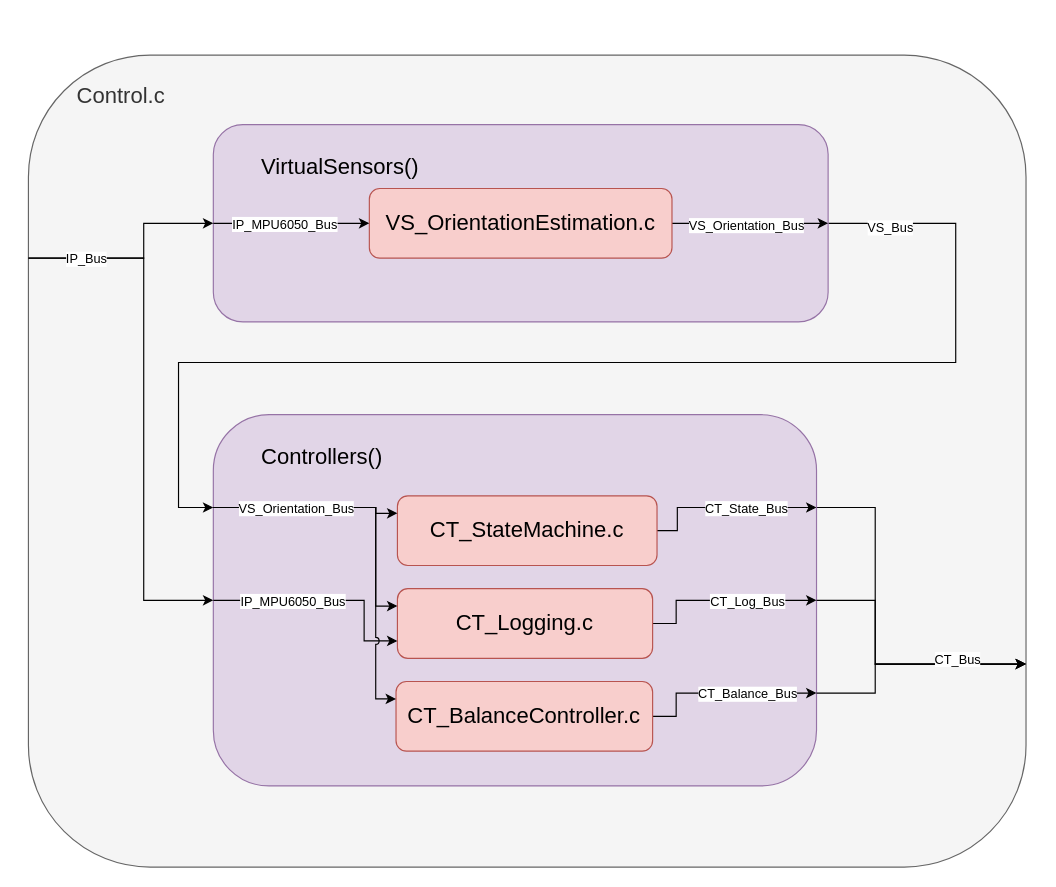
austynloehr/stm32_reaction_wheel keeps this draw.io diagram as page "Control" (4 of 4) of Resources/BlockDiagrams/STM32_Reaction_Wheel_Architecture.drawio. Above is the earlier version. Source tidied: cells renumbered, new cells numbered last; positions are measured from the earlier drawing's top-left corner, leaving out a move shared by most shapes. Both pictures are drawn from the tidied source at 116%, with x=0, y=0 at pixel (28, 55).
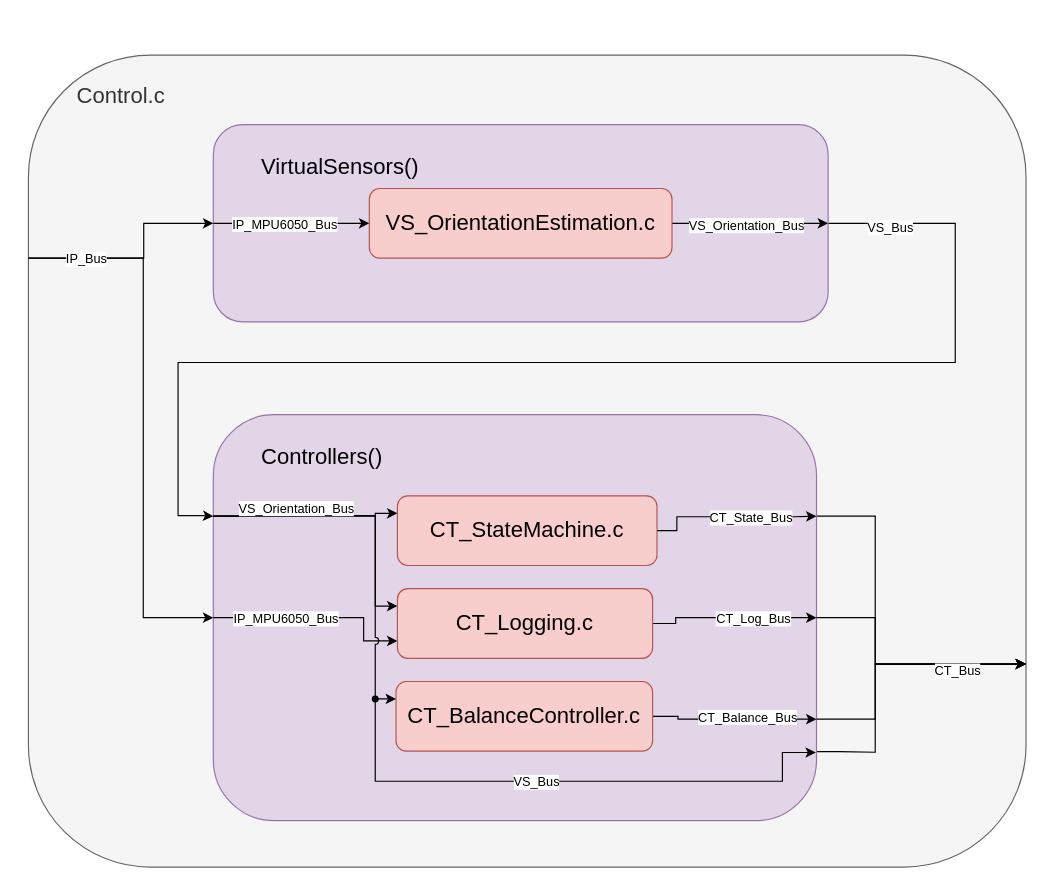
The same page after the edit.

Unchanged cells that the change refers to:
```xml
<mxCell id="2" value="&lt;blockquote style=&quot;font-size: 18px;&quot;&gt;&lt;font style=&quot;font-size: 19px;&quot;&gt;Control.c&lt;/font&gt;&lt;/blockquote&gt;" style="rounded=1;whiteSpace=wrap;html=1;fillColor=#f5f5f5;strokeColor=#666666;align=left;labelPosition=center;verticalLabelPosition=middle;verticalAlign=top;fontColor=#333333;" parent="1" vertex="1">
  <mxGeometry width="860" height="700" as="geometry" />
</mxCell>
<mxCell id="7" value="CT_Logging.c" style="rounded=1;whiteSpace=wrap;html=1;fillColor=#f8cecc;strokeColor=#b85450;fontSize=19;" parent="1" vertex="1">
  <mxGeometry x="318.1" y="460" width="220" height="60" as="geometry" />
</mxCell>
<mxCell id="10" value="CT_StateMachine.c" style="rounded=1;whiteSpace=wrap;html=1;fillColor=#f8cecc;strokeColor=#b85450;fontSize=19;" parent="1" vertex="1">
  <mxGeometry x="318.1" y="380" width="223.8" height="60" as="geometry" />
</mxCell>
<mxCell id="13" value="CT_BalanceController.c" style="rounded=1;whiteSpace=wrap;html=1;fillColor=#f8cecc;strokeColor=#b85450;fontSize=19;" parent="1" vertex="1">
  <mxGeometry x="316.9" y="540" width="221.2" height="60" as="geometry" />
</mxCell>
<mxCell id="16" value="&lt;blockquote&gt;VirtualSensors()&lt;/blockquote&gt;" style="rounded=1;whiteSpace=wrap;html=1;fillColor=#e1d5e7;strokeColor=#9673a6;fontSize=19;align=left;verticalAlign=top;" parent="1" vertex="1">
  <mxGeometry x="159.4" y="60" width="530" height="170" as="geometry" />
</mxCell>
```

Diff of the diagram source:
```diff
@@
     <mxCell id="3" style="edgeStyle=orthogonalEdgeStyle;rounded=0;jettySize=auto;html=1;exitX=1;exitY=0.25;exitDx=0;exitDy=0;entryX=1;entryY=0.75;entryDx=0;entryDy=0;" parent="1" edge="1" source="4" target="2">
       <mxGeometry relative="1" as="geometry">
         <Array as="points">
-          <mxPoint x="730" y="390" />
+          <mxPoint x="730" y="398" />
           <mxPoint x="730" y="525" />
         </Array>
       </mxGeometry>
     </mxCell>
+    <mxCell id="34" style="edgeStyle=orthogonalEdgeStyle;rounded=0;jettySize=auto;html=1;exitX=1;exitY=0.83;exitDx=0;exitDy=0;entryX=1;entryY=0.75;entryDx=0;entryDy=0;exitPerimeter=0;" parent="1" edge="1" source="4" target="2">
+      <mxGeometry relative="1" as="geometry">
+        <Array as="points">
+          <mxPoint x="699" y="601" />
+          <mxPoint x="730" y="601" />
+          <mxPoint x="730" y="525" />
+        </Array>
+      </mxGeometry>
+    </mxCell>
     <mxCell id="4" value="&lt;blockquote&gt;Controllers()&lt;/blockquote&gt;" style="rounded=1;whiteSpace=wrap;html=1;fillColor=#e1d5e7;strokeColor=#9673a6;fontSize=19;align=left;verticalAlign=top;" parent="1" vertex="1">
-      <mxGeometry x="159.4" y="310" width="520" height="320" as="geometry" />
+      <mxGeometry x="159.4" y="310" width="520" height="350" as="geometry" />
     </mxCell>
     <mxCell id="5" style="edgeStyle=orthogonalEdgeStyle;rounded=0;jettySize=auto;html=1;exitX=1;exitY=0.5;exitDx=0;exitDy=0;entryX=1;entryY=0.5;entryDx=0;entryDy=0;" parent="1" edge="1" source="7" target="4">
       <mxGeometry relative="1" as="geometry">
         <Array as="points">
-          <mxPoint x="558.4" y="490" />
-          <mxPoint x="558.4" y="470" />
+          <mxPoint x="558" y="490" />
+          <mxPoint x="558" y="485" />
         </Array>
       </mxGeometry>
     </mxCell>
@@
     <mxCell id="8" style="edgeStyle=orthogonalEdgeStyle;rounded=0;jettySize=auto;html=1;exitX=1;exitY=0.5;exitDx=0;exitDy=0;entryX=1;entryY=0.25;entryDx=0;entryDy=0;" parent="1" edge="1" source="10" target="4">
       <mxGeometry relative="1" as="geometry">
         <Array as="points">
-          <mxPoint x="559.4" y="410" />
-          <mxPoint x="559.4" y="390" />
+          <mxPoint x="559" y="410" />
+          <mxPoint x="559" y="398" />
+          <mxPoint x="660" y="398" />
         </Array>
       </mxGeometry>
     </mxCell>
@@
     <mxCell id="11" style="edgeStyle=orthogonalEdgeStyle;rounded=0;jettySize=auto;html=1;exitX=1;exitY=0.5;exitDx=0;exitDy=0;entryX=1;entryY=0.75;entryDx=0;entryDy=0;" parent="1" edge="1" source="13" target="4">
       <mxGeometry relative="1" as="geometry">
         <Array as="points">
-          <mxPoint x="558.4" y="570" />
-          <mxPoint x="558.4" y="550" />
+          <mxPoint x="560" y="570" />
+          <mxPoint x="560" y="573" />
         </Array>
       </mxGeometry>
     </mxCell>
     <mxCell id="12" value="CT_Balance_Bus" style="edgeLabel;html=1;align=center;verticalAlign=middle;" parent="11" vertex="1">
       <mxGeometry x="0.35" y="-2" relative="1" as="geometry">
-        <mxPoint x="-8" y="-2" as="offset" />
+        <mxPoint x="-13" y="-4" as="offset" />
       </mxGeometry>
     </mxCell>
@@
     <mxCell id="14" style="edgeStyle=orthogonalEdgeStyle;rounded=0;jettySize=auto;html=1;exitX=1;exitY=0.5;exitDx=0;exitDy=0;entryX=0;entryY=0.25;entryDx=0;entryDy=0;" parent="1" edge="1" source="16" target="4">
       <mxGeometry relative="1" as="geometry">
         <Array as="points">
-          <mxPoint x="799.4" y="145" />
-          <mxPoint x="799.4" y="265" />
-          <mxPoint x="129.4" y="265" />
-          <mxPoint x="129.4" y="390" />
+          <mxPoint x="799" y="145" />
+          <mxPoint x="799" y="265" />
+          <mxPoint x="129" y="265" />
+          <mxPoint x="129" y="397" />
+          <mxPoint x="150" y="397" />
         </Array>
       </mxGeometry>
     </mxCell>
@@
     <mxCell id="22" style="edgeStyle=orthogonalEdgeStyle;rounded=0;jettySize=auto;html=1;exitX=0;exitY=0.25;exitDx=0;exitDy=0;entryX=0;entryY=0.5;entryDx=0;entryDy=0;" parent="1" edge="1" source="2" target="4">
       <mxGeometry relative="1" as="geometry">
         <Array as="points">
-          <mxPoint x="99.4" y="175" />
-          <mxPoint x="99.4" y="470" />
+          <mxPoint x="99" y="175" />
+          <mxPoint x="99" y="485" />
         </Array>
       </mxGeometry>
     </mxCell>
@@
     <mxCell id="25" style="edgeStyle=orthogonalEdgeStyle;rounded=0;jettySize=auto;html=1;exitX=0;exitY=0.5;exitDx=0;exitDy=0;entryX=0;entryY=0.75;entryDx=0;entryDy=0;" parent="1" edge="1" source="4" target="7">
       <mxGeometry relative="1" as="geometry">
         <Array as="points">
-          <mxPoint x="289.4" y="470" />
-          <mxPoint x="289.4" y="505" />
+          <mxPoint x="289" y="485" />
+          <mxPoint x="289" y="505" />
         </Array>
       </mxGeometry>
     </mxCell>
@@
     <mxCell id="27" style="edgeStyle=orthogonalEdgeStyle;rounded=0;jettySize=auto;html=1;exitX=0;exitY=0.25;exitDx=0;exitDy=0;entryX=0;entryY=0.25;entryDx=0;entryDy=0;jumpStyle=arc;" parent="1" edge="1" source="4" target="13">
       <mxGeometry relative="1" as="geometry">
         <Array as="points">
-          <mxPoint x="299.4" y="390" />
-          <mxPoint x="299.4" y="555" />
+          <mxPoint x="180" y="398" />
+          <mxPoint x="299" y="397" />
+          <mxPoint x="299" y="555" />
         </Array>
       </mxGeometry>
     </mxCell>
     <mxCell id="28" style="edgeStyle=orthogonalEdgeStyle;rounded=0;jettySize=auto;html=1;exitX=0;exitY=0.25;exitDx=0;exitDy=0;entryX=0;entryY=0.25;entryDx=0;entryDy=0;jumpStyle=arc;" parent="1" edge="1" source="4" target="7">
       <mxGeometry relative="1" as="geometry">
         <Array as="points">
-          <mxPoint x="299.4" y="390" />
-          <mxPoint x="299.4" y="475" />
+          <mxPoint x="190" y="398" />
+          <mxPoint x="299" y="397" />
+          <mxPoint x="299" y="475" />
         </Array>
       </mxGeometry>
     </mxCell>
     <mxCell id="29" style="edgeStyle=orthogonalEdgeStyle;rounded=0;jettySize=auto;html=1;exitX=0;exitY=0.25;exitDx=0;exitDy=0;entryX=0;entryY=0.25;entryDx=0;entryDy=0;" parent="1" edge="1" source="4" target="10">
       <mxGeometry relative="1" as="geometry">
         <Array as="points">
-          <mxPoint x="299.4" y="390" />
-          <mxPoint x="299.4" y="395" />
+          <mxPoint x="170" y="398" />
+          <mxPoint x="299" y="397" />
+          <mxPoint x="299" y="395" />
         </Array>
       </mxGeometry>
     </mxCell>
@@
     <mxCell id="31" style="edgeStyle=orthogonalEdgeStyle;rounded=0;jettySize=auto;html=1;exitX=1;exitY=0.75;exitDx=0;exitDy=0;entryX=1;entryY=0.75;entryDx=0;entryDy=0;" parent="1" edge="1" source="4" target="2">
       <mxGeometry relative="1" as="geometry">
         <Array as="points">
-          <mxPoint x="730" y="550" />
+          <mxPoint x="730" y="573" />
           <mxPoint x="730" y="525" />
         </Array>
       </mxGeometry>
     </mxCell>
     <mxCell id="32" style="edgeStyle=orthogonalEdgeStyle;rounded=0;jettySize=auto;html=1;exitX=1;exitY=0.5;exitDx=0;exitDy=0;entryX=1;entryY=0.75;entryDx=0;entryDy=0;" parent="1" edge="1" source="4" target="2">
       <mxGeometry relative="1" as="geometry">
         <Array as="points">
-          <mxPoint x="730" y="470" />
+          <mxPoint x="730" y="485" />
           <mxPoint x="730" y="525" />
         </Array>
       </mxGeometry>
     </mxCell>
@@
+    <mxCell id="35" value="&amp;nbsp;" style="text;whiteSpace=wrap;html=1;" parent="1" vertex="1">
+      <mxGeometry x="150" y="-30" width="40" height="40" as="geometry" />
+    </mxCell>
+    <mxCell id="36" style="shape=waypoint;sketch=0;size=6;points=[];fillColor=none;perimeter=centerPerimeter;snapToPoint=1;" parent="1" vertex="1">
+      <mxGeometry x="289" y="545" width="20" height="20" as="geometry" />
+    </mxCell>
+    <mxCell id="37" style="edgeStyle=orthogonalEdgeStyle;rounded=0;jettySize=auto;html=1;entryX=0.999;entryY=0.832;entryDx=0;entryDy=0;entryPerimeter=0;" parent="1" edge="1" source="36" target="4">
+      <mxGeometry relative="1" as="geometry">
+        <Array as="points">
+          <mxPoint x="299" y="626" />
+          <mxPoint x="650" y="626" />
+          <mxPoint x="650" y="601" />
+        </Array>
+      </mxGeometry>
+    </mxCell>
+    <mxCell id="38" value="VS_Bus" style="edgeLabel;html=1;align=center;verticalAlign=middle;" parent="37" vertex="1">
+      <mxGeometry x="-0.12" relative="1" as="geometry" />
+    </mxCell>
```
